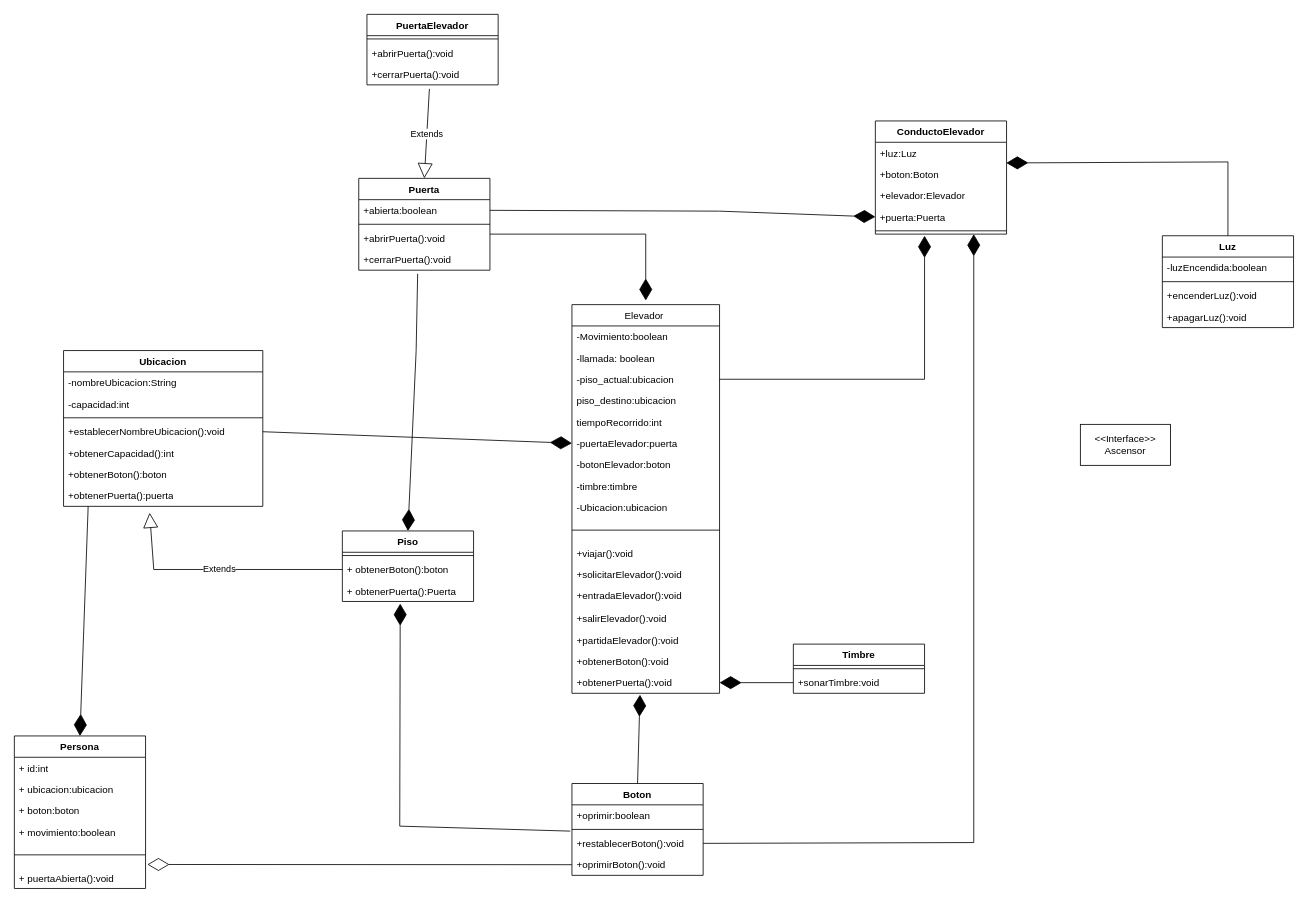
Earlier version of the draw.io diagram Diagrama sin título.drawio (josearpa123/Ascensor). Source tidied: cells renumbered, new cells numbered last; positions are measured from the earlier drawing's top-left corner, leaving out a move shared by most shapes. Both pictures are drawn from the tidied source at 82%, with x=0, y=0 at pixel (14, 14).
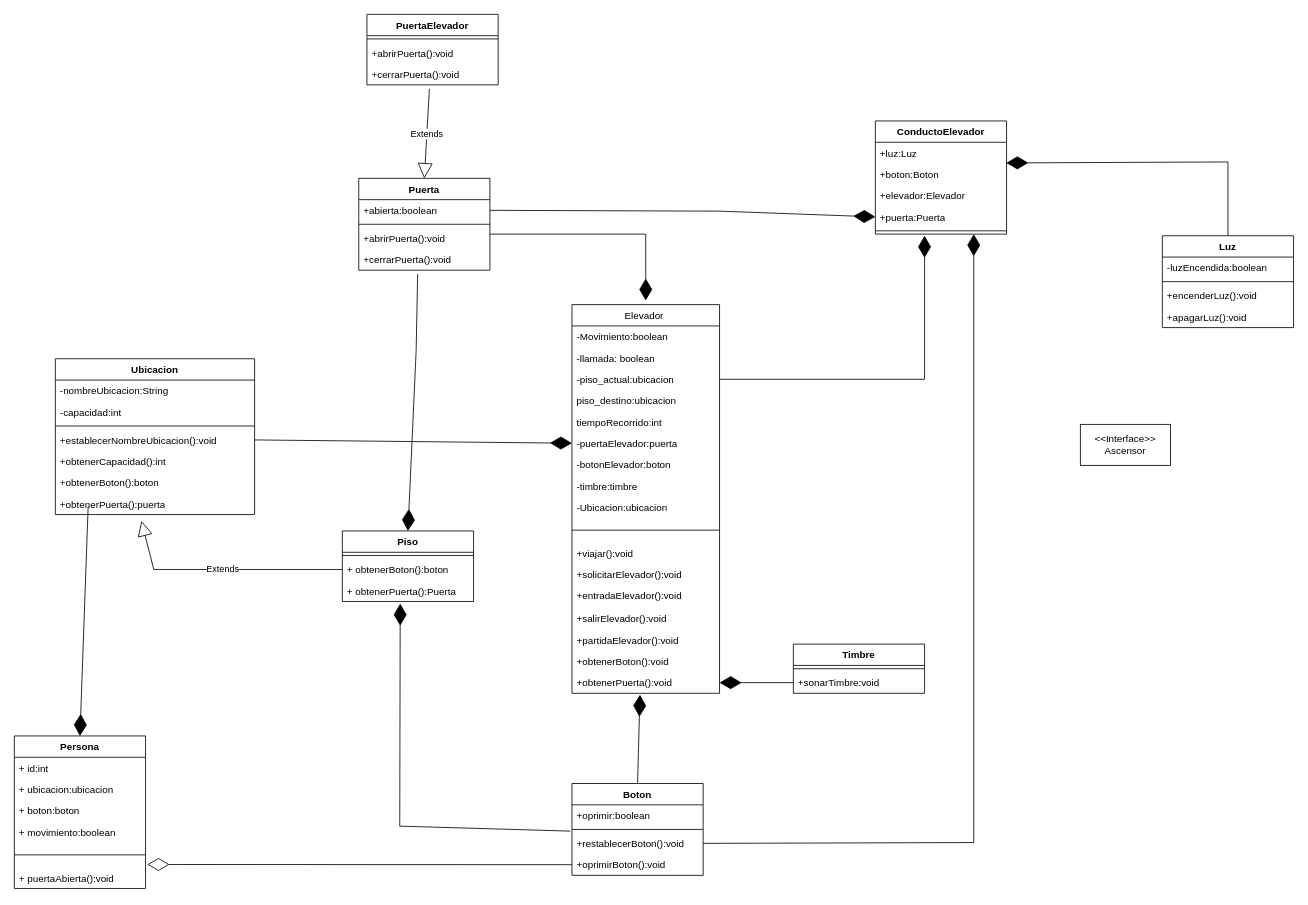
After the change.

Diff of the diagram source:
```diff
@@
+    <mxCell id="82" parent="0" />
@@
-    <mxCell id="2" value="Elevador " style="swimlane;fontStyle=0;align=center;verticalAlign=top;horizontal=1;startSize=26;rounded=0;shadow=0;strokeWidth=1;" parent="1" vertex="1">
+    <mxCell id="2" value="Elevador " style="swimlane;fontStyle=0;align=center;verticalAlign=top;horizontal=1;startSize=26;rounded=0;shadow=0;strokeWidth=1;strokeColor=#000000;" parent="1" vertex="1">
       <mxGeometry x="680" y="354" width="180" height="474" as="geometry" />
     </mxCell>
@@
     <mxCell id="71" value="Ubicacion" style="swimlane;fontStyle=1;align=center;verticalAlign=top;horizontal=1;startSize=26;whiteSpace=wrap;html=1;" parent="1" vertex="1">
-      <mxGeometry x="60" y="410" width="243" height="190" as="geometry" />
+      <mxGeometry x="50" y="420" width="243" height="190" as="geometry" />
     </mxCell>
```
